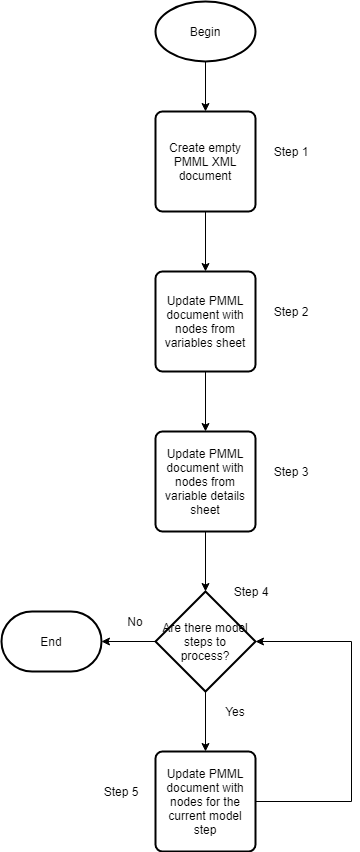
The draw.io diagram assets/specs/model-csv-to-pmml/model-csv-to-pmml-flow-chart.png in Big-Life-Lab/bllflow, before a commit. Source tidied: cells renumbered, new cells last; positions are measured from the earlier drawing's top-left corner, leaving out a move shared by most shapes.
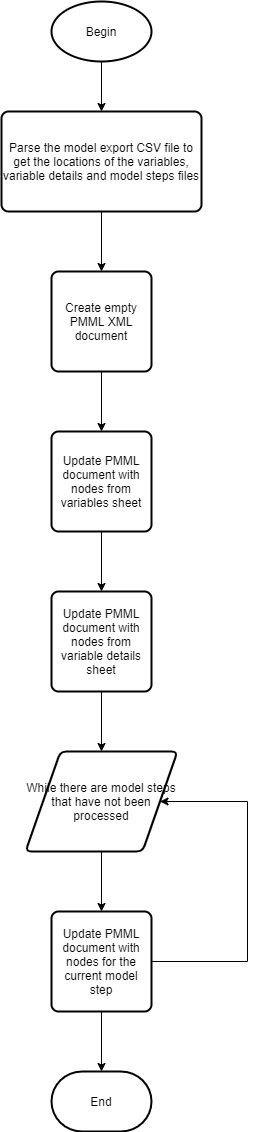
The same file after the commit.

What changed in the source:
```diff
@@ -2,11 +2,11 @@
   <root>
     <mxCell id="0" />
     <mxCell id="1" parent="0" />
-    <mxCell id="2" style="edgeStyle=orthogonalEdgeStyle;rounded=0;jettySize=auto;html=1;" parent="1" edge="1" source="3" target="5">
-      <mxGeometry relative="1" as="geometry" />
-    </mxCell>
+    <mxCell id="23" style="edgeStyle=orthogonalEdgeStyle;rounded=0;jettySize=auto;html=1;" parent="1" edge="1" source="3" target="28">
+      <mxGeometry relative="1" as="geometry" />
+    </mxCell>
     <mxCell id="3" value="Begin" style="strokeWidth=2;html=1;shape=mxgraph.flowchart.start_1;whiteSpace=wrap;" parent="1" vertex="1">
-      <mxGeometry x="154" width="100" height="60" as="geometry" />
+      <mxGeometry x="154" y="-160" width="100" height="60" as="geometry" />
     </mxCell>
     <mxCell id="4" style="edgeStyle=orthogonalEdgeStyle;rounded=0;jettySize=auto;html=1;" parent="1" edge="1" source="5" target="7">
       <mxGeometry relative="1" as="geometry" />
@@ -20,15 +20,19 @@
     <mxCell id="7" value="Update PMML document with nodes from variables sheet" style="rounded=1;whiteSpace=wrap;html=1;absoluteArcSize=1;arcSize=14;strokeWidth=2;" parent="1" vertex="1">
       <mxGeometry x="154" y="270" width="100" height="100" as="geometry" />
     </mxCell>
-    <mxCell id="8" style="edgeStyle=orthogonalEdgeStyle;rounded=0;jettySize=auto;html=1;" parent="1" edge="1" source="9">
-      <mxGeometry relative="1" as="geometry">
-        <mxPoint x="204" y="590" as="targetPoint" />
-      </mxGeometry>
+    <mxCell id="8" style="edgeStyle=orthogonalEdgeStyle;rounded=0;jettySize=auto;html=1;" parent="1" edge="1" source="9" target="25">
+      <mxGeometry relative="1" as="geometry" />
     </mxCell>
     <mxCell id="9" value="Update PMML document with nodes from variable details sheet" style="rounded=1;whiteSpace=wrap;html=1;absoluteArcSize=1;arcSize=14;strokeWidth=2;" parent="1" vertex="1">
       <mxGeometry x="154" y="430" width="100" height="100" as="geometry" />
     </mxCell>
+    <mxCell id="24" style="edgeStyle=orthogonalEdgeStyle;rounded=0;jettySize=auto;html=1;" parent="1" edge="1" source="25" target="11">
+      <mxGeometry relative="1" as="geometry" />
+    </mxCell>
+    <mxCell id="25" value="While there are model steps that have not been processed" style="shape=parallelogram;html=1;strokeWidth=2;perimeter=parallelogramPerimeter;whiteSpace=wrap;rounded=1;arcSize=12;size=0.23;" parent="1" vertex="1">
+      <mxGeometry x="128" y="590" width="152" height="100" as="geometry" />
+    </mxCell>
-    <mxCell id="10" style="edgeStyle=orthogonalEdgeStyle;rounded=0;jettySize=auto;html=1;entryX=1;entryY=0.5;entryDx=0;entryDy=0;entryPerimeter=0;" parent="1" edge="1" source="11" target="14">
+    <mxCell id="10" style="edgeStyle=orthogonalEdgeStyle;rounded=0;jettySize=auto;html=1;entryX=1;entryY=0.5;entryDx=0;entryDy=0;" parent="1" edge="1" source="11" target="25">
       <mxGeometry relative="1" as="geometry">
         <Array as="points">
           <mxPoint x="350" y="800" />
@@ -36,41 +40,20 @@
         </Array>
       </mxGeometry>
     </mxCell>
+    <mxCell id="26" style="edgeStyle=orthogonalEdgeStyle;rounded=0;jettySize=auto;html=1;" parent="1" edge="1" source="11" target="16">
+      <mxGeometry relative="1" as="geometry" />
+    </mxCell>
     <mxCell id="11" value="Update PMML document with nodes for the current model step" style="rounded=1;whiteSpace=wrap;html=1;absoluteArcSize=1;arcSize=14;strokeWidth=2;" parent="1" vertex="1">
       <mxGeometry x="154" y="750" width="100" height="100" as="geometry" />
     </mxCell>
-    <mxCell id="12" style="edgeStyle=orthogonalEdgeStyle;rounded=0;jettySize=auto;html=1;" parent="1" edge="1" source="14" target="11">
-      <mxGeometry relative="1" as="geometry" />
-    </mxCell>
-    <mxCell id="13" style="edgeStyle=orthogonalEdgeStyle;rounded=0;jettySize=auto;html=1;" parent="1" edge="1" source="14" target="16">
-      <mxGeometry relative="1" as="geometry" />
-    </mxCell>
-    <mxCell id="14" value="Are there model&lt;br&gt;steps to&lt;br&gt;process?" style="strokeWidth=2;html=1;shape=mxgraph.flowchart.decision;whiteSpace=wrap;" parent="1" vertex="1">
-      <mxGeometry x="154" y="590" width="100" height="100" as="geometry" />
-    </mxCell>
-    <mxCell id="15" value="Yes" style="text;html=1;strokeColor=none;fillColor=none;align=center;verticalAlign=middle;whiteSpace=wrap;rounded=0;" parent="1" vertex="1">
-      <mxGeometry x="214" y="700" width="40" height="20" as="geometry" />
-    </mxCell>
     <mxCell id="16" value="End" style="strokeWidth=2;html=1;shape=mxgraph.flowchart.terminator;whiteSpace=wrap;" parent="1" vertex="1">
-      <mxGeometry y="610" width="100" height="60" as="geometry" />
+      <mxGeometry x="154" y="910" width="100" height="60" as="geometry" />
     </mxCell>
-    <mxCell id="17" value="No" style="text;html=1;strokeColor=none;fillColor=none;align=center;verticalAlign=middle;whiteSpace=wrap;rounded=0;" parent="1" vertex="1">
-      <mxGeometry x="114" y="610" width="40" height="20" as="geometry" />
-    </mxCell>
-    <mxCell id="18" value="Step 1" style="text;html=1;strokeColor=none;fillColor=none;align=center;verticalAlign=middle;whiteSpace=wrap;rounded=0;" parent="1" vertex="1">
-      <mxGeometry x="270" y="140" width="40" height="20" as="geometry" />
-    </mxCell>
-    <mxCell id="19" value="Step 2" style="text;html=1;strokeColor=none;fillColor=none;align=center;verticalAlign=middle;whiteSpace=wrap;rounded=0;" parent="1" vertex="1">
-      <mxGeometry x="270" y="300" width="40" height="20" as="geometry" />
-    </mxCell>
-    <mxCell id="20" value="Step 3" style="text;html=1;strokeColor=none;fillColor=none;align=center;verticalAlign=middle;whiteSpace=wrap;rounded=0;" parent="1" vertex="1">
-      <mxGeometry x="270" y="460" width="40" height="20" as="geometry" />
-    </mxCell>
-    <mxCell id="21" value="Step 4" style="text;html=1;strokeColor=none;fillColor=none;align=center;verticalAlign=middle;whiteSpace=wrap;rounded=0;" parent="1" vertex="1">
-      <mxGeometry x="230" y="580" width="40" height="20" as="geometry" />
-    </mxCell>
-    <mxCell id="22" value="Step 5" style="text;html=1;strokeColor=none;fillColor=none;align=center;verticalAlign=middle;whiteSpace=wrap;rounded=0;" parent="1" vertex="1">
-      <mxGeometry x="100" y="780" width="40" height="20" as="geometry" />
-    </mxCell>
+    <mxCell id="27" style="edgeStyle=orthogonalEdgeStyle;rounded=0;jettySize=auto;html=1;" parent="1" edge="1" source="28" target="5">
+      <mxGeometry relative="1" as="geometry" />
+    </mxCell>
+    <mxCell id="28" value="Parse the model export CSV file to get the locations of the variables, variable details and model steps files" style="rounded=1;whiteSpace=wrap;html=1;absoluteArcSize=1;arcSize=14;strokeWidth=2;" parent="1" vertex="1">
+      <mxGeometry x="104" y="-50" width="200" height="100" as="geometry" />
+    </mxCell>
   </root>
 </mxGraphModel>
```
